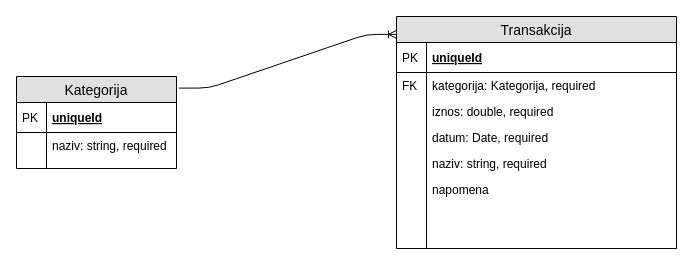
The draw.io diagram page "ER dijagram" (3 of 4) of doc/aplikacija.drawio in avucak/upi_20_budget, before the edit. Source tidied: cells renumbered, new cells numbered last; positions are measured from the earlier drawing's top-left corner, leaving out a move shared by most shapes. Both pictures are drawn from the tidied source at 100%, with x=0, y=0 at pixel (16, 16).
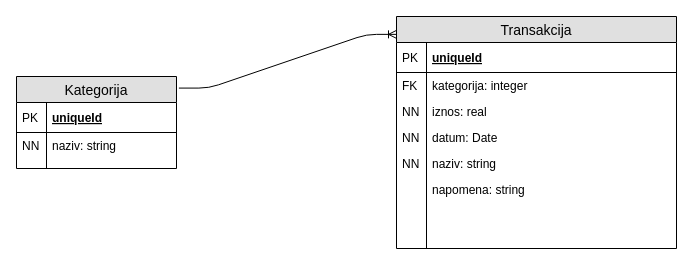
The same page after the edit.

The change refers to these unchanged cells:
```xml
<mxCell id="2" value="Transakcija" style="swimlane;fontStyle=0;horizontal=1;startSize=26;fillColor=#e0e0e0;swimlaneFillColor=#ffffff;align=center;fontSize=14;" parent="1" vertex="1">
  <mxGeometry x="380" width="280" height="232" as="geometry" />
</mxCell>
<mxCell id="17" value="Kategorija" style="swimlane;fontStyle=0;horizontal=1;startSize=26;fillColor=#e0e0e0;swimlaneFillColor=#ffffff;align=center;fontSize=14;" parent="1" vertex="1">
  <mxGeometry y="60" width="160" height="92" as="geometry" />
</mxCell>
```

What changed in the source:
```diff
@@
-    <mxCell id="5" value="kategorija: Kategorija, required" style="shape=partialRectangle;top=0;left=0;right=0;bottom=0;align=left;verticalAlign=top;fillColor=none;spacingLeft=34;spacingRight=4;overflow=hidden;fontSize=12;" parent="2" vertex="1">
+    <mxCell id="5" value="kategorija: integer" style="shape=partialRectangle;top=0;left=0;right=0;bottom=0;align=left;verticalAlign=top;fillColor=none;spacingLeft=34;spacingRight=4;overflow=hidden;fontSize=12;" parent="2" vertex="1">
       <mxGeometry y="56" width="280" height="26" as="geometry" />
     </mxCell>
@@
-    <mxCell id="7" value="iznos: double, required" style="shape=partialRectangle;top=0;left=0;right=0;bottom=0;align=left;verticalAlign=top;fillColor=none;spacingLeft=34;spacingRight=4;overflow=hidden;fontSize=12;" parent="2" vertex="1">
+    <mxCell id="7" value="iznos: real" style="shape=partialRectangle;top=0;left=0;right=0;bottom=0;align=left;verticalAlign=top;fillColor=none;spacingLeft=34;spacingRight=4;overflow=hidden;fontSize=12;" parent="2" vertex="1">
       <mxGeometry y="82" width="280" height="26" as="geometry" />
     </mxCell>
-    <mxCell id="8" style="shape=partialRectangle;top=0;left=0;bottom=0;fillColor=none;align=left;verticalAlign=top;spacingLeft=4;spacingRight=4;overflow=hidden;fontSize=12;" parent="7" vertex="1">
+    <mxCell id="8" value="NN" style="shape=partialRectangle;top=0;left=0;bottom=0;fillColor=none;align=left;verticalAlign=top;spacingLeft=4;spacingRight=4;overflow=hidden;fontSize=12;" parent="7" vertex="1">
       <mxGeometry width="30" height="26" as="geometry" />
     </mxCell>
-    <mxCell id="9" value="datum: Date, required &#10;" style="shape=partialRectangle;top=0;left=0;right=0;bottom=0;align=left;verticalAlign=top;fillColor=none;spacingLeft=34;spacingRight=4;overflow=hidden;fontSize=12;" parent="2" vertex="1">
+    <mxCell id="9" value="datum: Date" style="shape=partialRectangle;top=0;left=0;right=0;bottom=0;align=left;verticalAlign=top;fillColor=none;spacingLeft=34;spacingRight=4;overflow=hidden;fontSize=12;" parent="2" vertex="1">
       <mxGeometry y="108" width="280" height="26" as="geometry" />
     </mxCell>
-    <mxCell id="10" style="shape=partialRectangle;top=0;left=0;bottom=0;fillColor=none;align=left;verticalAlign=top;spacingLeft=4;spacingRight=4;overflow=hidden;fontSize=12;" parent="9" vertex="1">
+    <mxCell id="10" value="NN" style="shape=partialRectangle;top=0;left=0;bottom=0;fillColor=none;align=left;verticalAlign=top;spacingLeft=4;spacingRight=4;overflow=hidden;fontSize=12;" parent="9" vertex="1">
       <mxGeometry width="30" height="26" as="geometry" />
     </mxCell>
-    <mxCell id="11" value="naziv: string, required" style="shape=partialRectangle;top=0;left=0;right=0;bottom=0;align=left;verticalAlign=top;fillColor=none;spacingLeft=34;spacingRight=4;overflow=hidden;fontSize=12;" parent="2" vertex="1">
+    <mxCell id="11" value="naziv: string" style="shape=partialRectangle;top=0;left=0;right=0;bottom=0;align=left;verticalAlign=top;fillColor=none;spacingLeft=34;spacingRight=4;overflow=hidden;fontSize=12;" parent="2" vertex="1">
       <mxGeometry y="134" width="280" height="26" as="geometry" />
     </mxCell>
-    <mxCell id="12" style="shape=partialRectangle;top=0;left=0;bottom=0;fillColor=none;align=left;verticalAlign=top;spacingLeft=4;spacingRight=4;overflow=hidden;fontSize=12;" parent="11" vertex="1">
+    <mxCell id="12" value="NN" style="shape=partialRectangle;top=0;left=0;bottom=0;fillColor=none;align=left;verticalAlign=top;spacingLeft=4;spacingRight=4;overflow=hidden;fontSize=12;" parent="11" vertex="1">
       <mxGeometry width="30" height="26" as="geometry" />
     </mxCell>
-    <mxCell id="13" value="napomena" style="shape=partialRectangle;top=0;left=0;right=0;bottom=0;align=left;verticalAlign=top;fillColor=none;spacingLeft=34;spacingRight=4;overflow=hidden;fontSize=12;" parent="2" vertex="1">
+    <mxCell id="13" value="napomena: string" style="shape=partialRectangle;top=0;left=0;right=0;bottom=0;align=left;verticalAlign=top;fillColor=none;spacingLeft=34;spacingRight=4;overflow=hidden;fontSize=12;" parent="2" vertex="1">
       <mxGeometry y="160" width="280" height="26" as="geometry" />
     </mxCell>
@@
-    <mxCell id="20" value="naziv: string, required" style="shape=partialRectangle;top=0;left=0;right=0;bottom=0;align=left;verticalAlign=top;fillColor=none;spacingLeft=34;spacingRight=4;overflow=hidden;fontSize=12;" parent="17" vertex="1">
+    <mxCell id="20" value="naziv: string" style="shape=partialRectangle;top=0;left=0;right=0;bottom=0;align=left;verticalAlign=top;fillColor=none;spacingLeft=34;spacingRight=4;overflow=hidden;fontSize=12;" parent="17" vertex="1">
       <mxGeometry y="56" width="160" height="26" as="geometry" />
     </mxCell>
-    <mxCell id="21" style="shape=partialRectangle;top=0;left=0;bottom=0;fillColor=none;align=left;verticalAlign=top;spacingLeft=4;spacingRight=4;overflow=hidden;fontSize=12;" parent="20" vertex="1">
+    <mxCell id="21" value="NN" style="shape=partialRectangle;top=0;left=0;bottom=0;fillColor=none;align=left;verticalAlign=top;spacingLeft=4;spacingRight=4;overflow=hidden;fontSize=12;" parent="20" vertex="1">
       <mxGeometry width="30" height="26" as="geometry" />
     </mxCell>
```
